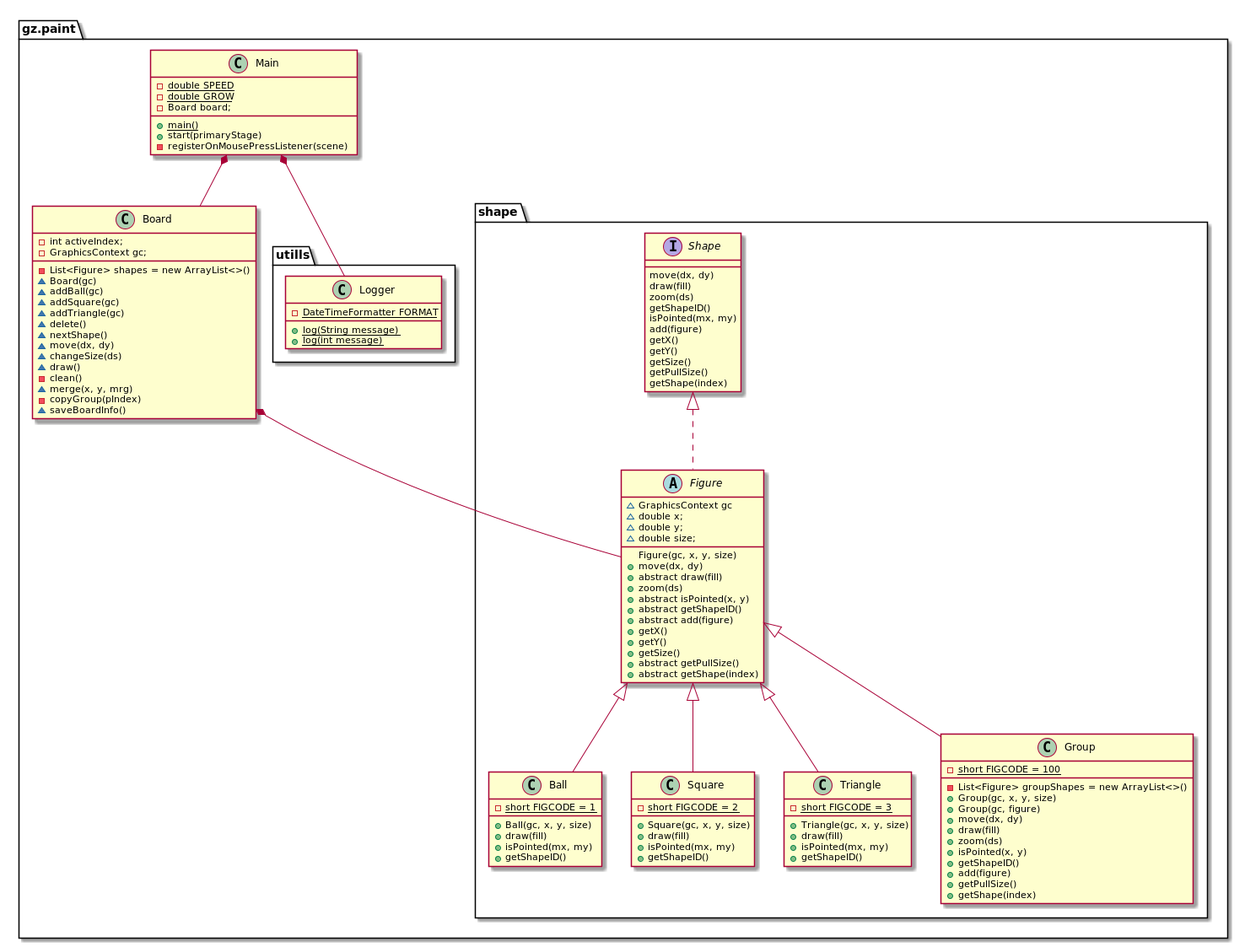
The PlantUML diagram PaintClasses.png in glib-z/hw12_Paint, before a commit.
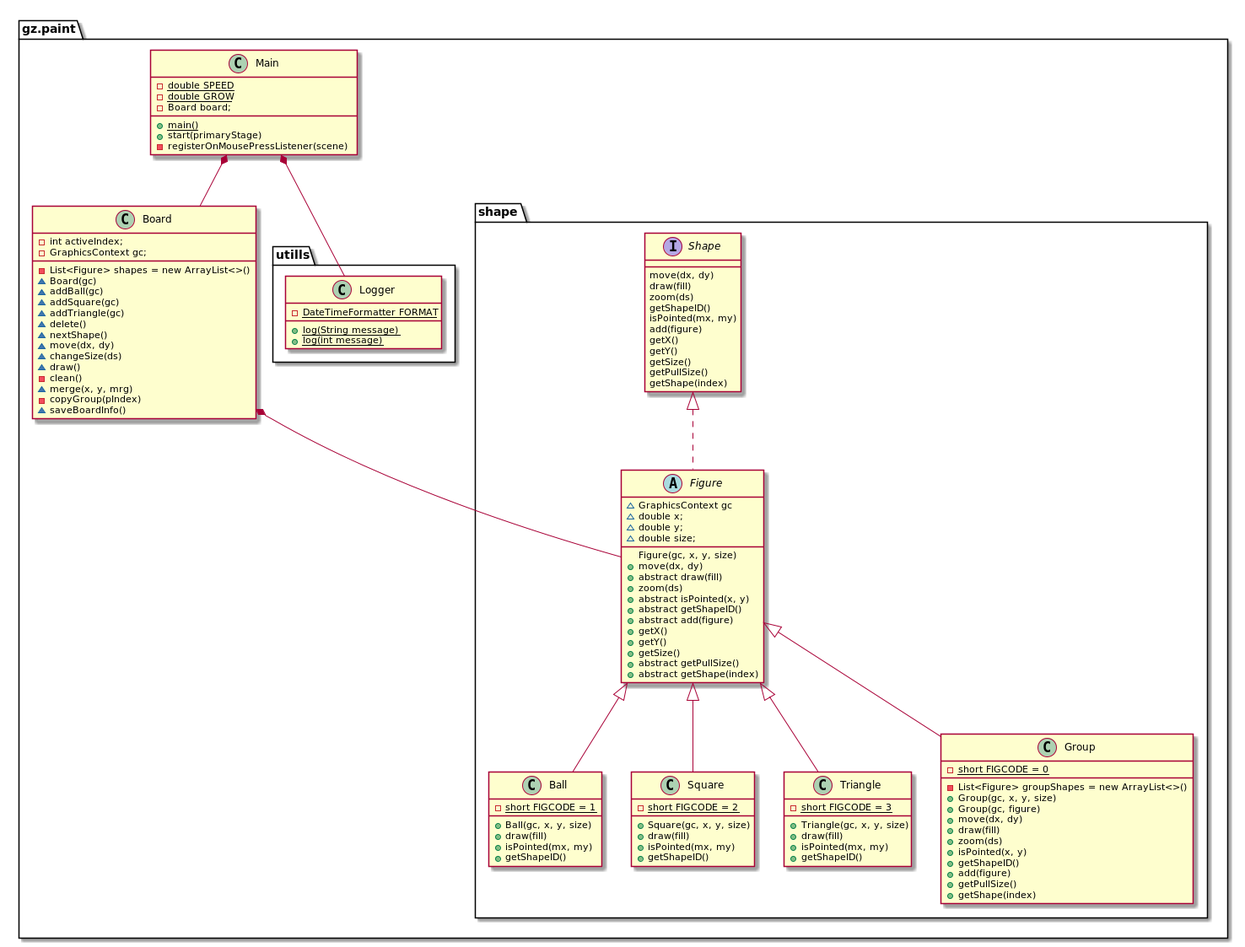
The same diagram one commit later.

The edit, as a diff of the source:
```diff
@@ -73,7 +73,7 @@
 }
 
 class Group {
-    - {static} short FIGCODE = 100
+    - {static} short FIGCODE = 0
     - List<Figure> groupShapes = new ArrayList<>()
     + Group(gc, x, y, size)
     + Group(gc, figure)
```
